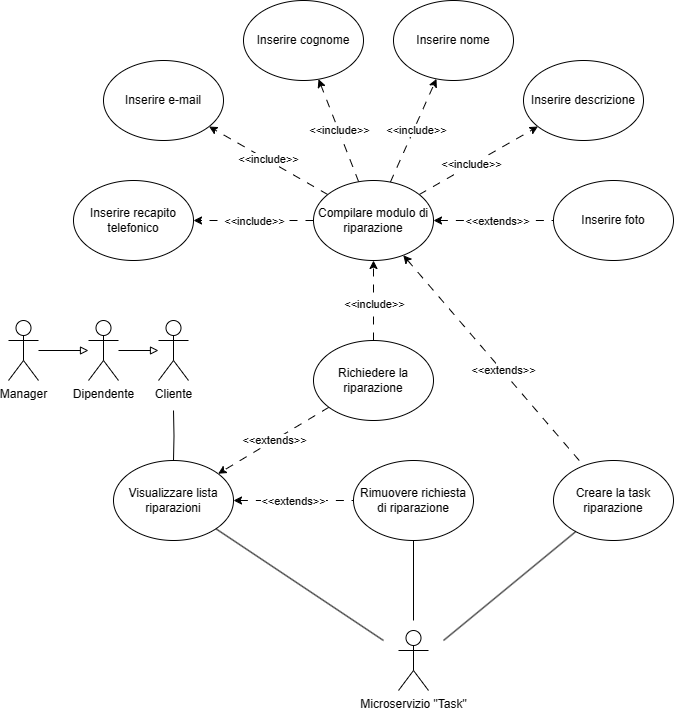
Before: second-deliverable/images/UCD/RF6_riparazione_UCD.png, a diagram exported from draw.io (IS-FixMi/Documentation-Source). Source tidied: cells renumbered, new cells last; positions are measured from the earlier drawing's top-left corner, leaving out a move shared by most shapes.
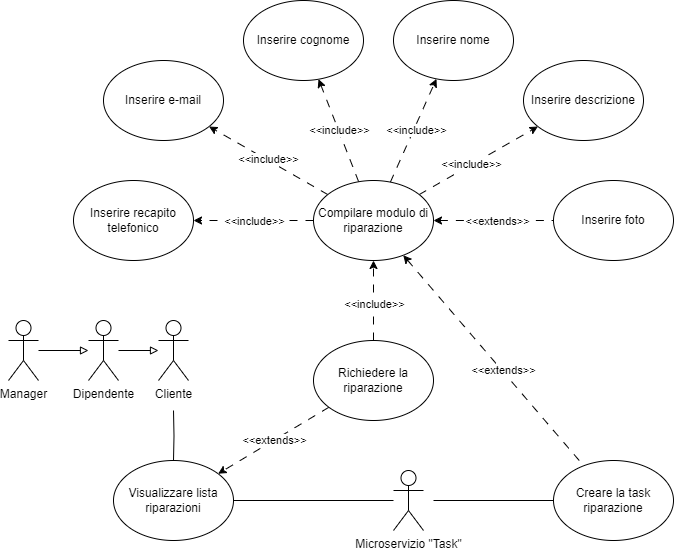
Above is the later version.

Commit message:
aggiunte le componenti 'assistenza','riparazione','feedback','task','gestione dipendenti' e 'email'. Modificati anche alcuni diagrammi ucd sbagliati

Change to the diagram source:
```diff
@@ -95,34 +95,19 @@
     <mxCell id="28" value="Creare la task riparazione" style="ellipse;whiteSpace=wrap;html=1;" parent="1" vertex="1">
       <mxGeometry x="545" y="460" width="120" height="80" as="geometry" />
     </mxCell>
-    <mxCell id="29" style="rounded=0;jettySize=auto;html=1;dashed=1;dashPattern=8 8;endArrow=none;endFill=0;startArrow=classic;startFill=1;" parent="1" edge="1" source="31" target="42">
-      <mxGeometry relative="1" as="geometry" />
-    </mxCell>
-    <mxCell id="30" value="&amp;lt;&amp;lt;extends&amp;gt;&amp;gt;" style="edgeLabel;html=1;align=center;verticalAlign=middle;" parent="29" vertex="1">
-      <mxGeometry x="-0.02" y="2" relative="1" as="geometry">
-        <mxPoint y="2" as="offset" />
-      </mxGeometry>
-    </mxCell>
     <mxCell id="31" value="Visualizzare lista riparazioni" style="ellipse;whiteSpace=wrap;html=1;" parent="1" vertex="1">
       <mxGeometry x="105" y="460" width="120" height="80" as="geometry" />
     </mxCell>
-    <mxCell id="32" style="rounded=0;jettySize=auto;html=1;endArrow=none;endFill=0;" parent="1" edge="1" target="31">
-      <mxGeometry relative="1" as="geometry">
-        <mxPoint x="375" y="640" as="sourcePoint" />
-      </mxGeometry>
+    <mxCell id="32" style="rounded=0;jettySize=auto;html=1;endArrow=none;endFill=0;" parent="1" edge="1" source="35" target="31">
+      <mxGeometry relative="1" as="geometry" />
     </mxCell>
-    <mxCell id="33" style="rounded=0;jettySize=auto;html=1;endArrow=none;endFill=0;" parent="1" edge="1" target="42">
-      <mxGeometry relative="1" as="geometry">
-        <mxPoint x="405" y="620" as="sourcePoint" />
-      </mxGeometry>
-    </mxCell>
     <mxCell id="34" style="rounded=0;jettySize=auto;html=1;endArrow=none;endFill=0;" parent="1" edge="1" target="28">
       <mxGeometry relative="1" as="geometry">
-        <mxPoint x="435" y="640" as="sourcePoint" />
+        <mxPoint x="425" y="500" as="sourcePoint" />
       </mxGeometry>
     </mxCell>
     <mxCell id="35" value="Microservizio &quot;Task&quot;" style="shape=umlActor;verticalLabelPosition=bottom;verticalAlign=top;html=1;outlineConnect=0;" parent="1" vertex="1">
-      <mxGeometry x="390" y="630" width="30" height="60" as="geometry" />
+      <mxGeometry x="385" y="470" width="30" height="60" as="geometry" />
     </mxCell>
     <mxCell id="36" style="edgeStyle=orthogonalEdgeStyle;rounded=0;jettySize=auto;html=1;endArrow=none;endFill=0;" parent="1" edge="1" target="31">
       <mxGeometry relative="1" as="geometry">
@@ -144,8 +129,5 @@
     <mxCell id="41" value="Manager" style="shape=umlActor;verticalLabelPosition=bottom;verticalAlign=top;html=1;outlineConnect=0;" parent="1" vertex="1">
       <mxGeometry y="320" width="30" height="60" as="geometry" />
     </mxCell>
-    <mxCell id="42" value="Rimuovere richiesta di riparazione" style="ellipse;whiteSpace=wrap;html=1;" parent="1" vertex="1">
-      <mxGeometry x="345" y="460" width="120" height="80" as="geometry" />
-    </mxCell>
   </root>
 </mxGraphModel>
```
